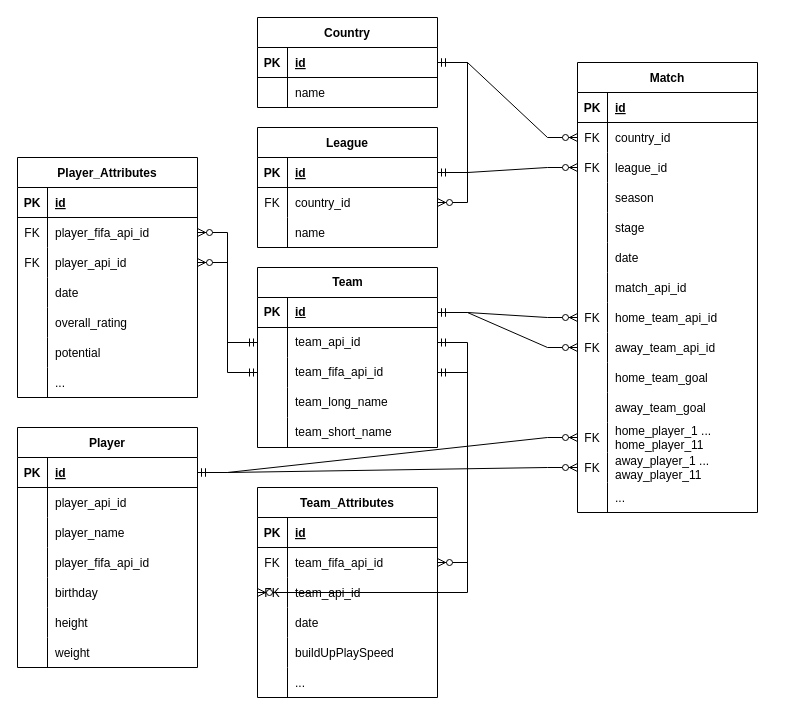
Above: European Soccer.drawio in armeirlaen/LEPl1506 (draw.io), before the change. Source tidied: cells renumbered, new cells numbered last; positions are measured from the earlier drawing's top-left corner, leaving out a move shared by most shapes. Both pictures are drawn from the tidied source at 100%, with x=0, y=0 at pixel (17, 17).
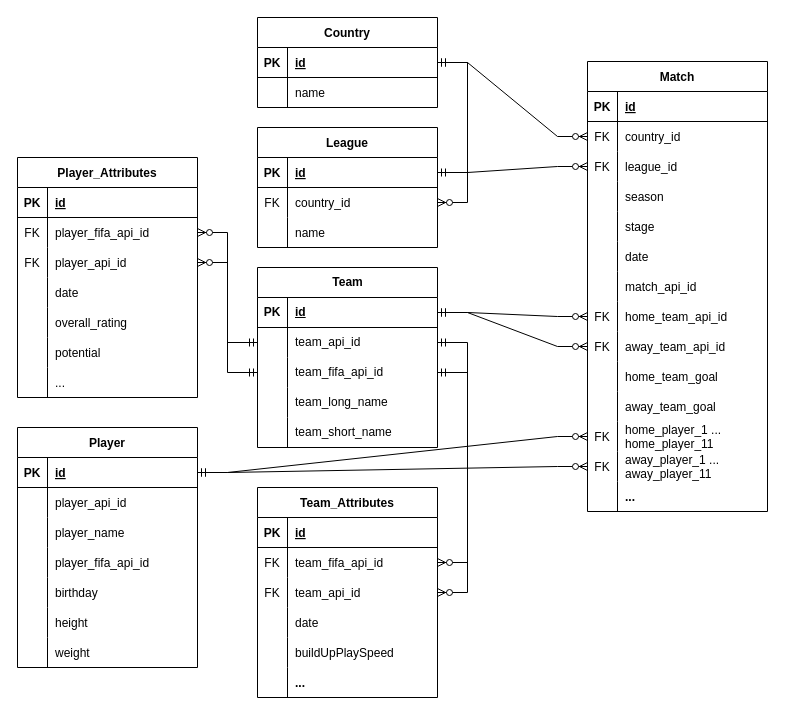
After the change.

The change refers to these unchanged cells:
```xml
<mxCell id="46" style="shape=partialRectangle;fillColor=none;points=[[0,0.5],[1,0.5]];portConstraint=eastwest;top=0;left=0;right=0;bottom=0;" parent="12" vertex="1">
  <mxGeometry y="360" width="180" height="30" as="geometry" />
</mxCell>
<mxCell id="52" style="shape=partialRectangle;fillColor=none;top=0;left=0;right=0;bottom=0;" parent="12" vertex="1">
  <mxGeometry y="420" width="180" height="30" as="geometry" />
</mxCell>
<mxCell id="66" style="shape=tableRow;horizontal=0;startSize=0;swimlaneHead=0;swimlaneBody=0;fillColor=none;points=[[0,0.5],[1,0.5]];portConstraint=eastwest;top=0;left=0;right=0;bottom=0;" parent="62" vertex="1">
  <mxGeometry y="60" width="180" height="30" as="geometry" />
</mxCell>
<mxCell id="69" style="shape=tableRow;horizontal=0;startSize=0;swimlaneHead=0;swimlaneBody=0;fillColor=none;points=[[0,0.5],[1,0.5]];portConstraint=eastwest;top=0;left=0;right=0;bottom=0;" parent="62" vertex="1">
  <mxGeometry y="90" width="180" height="30" as="geometry" />
</mxCell>
<mxCell id="126" style="shape=partialRectangle;fillColor=none;points=[[0,0.5],[1,0.5]];portConstraint=eastwest;top=0;left=0;right=0;bottom=0;" parent="122" vertex="1">
  <mxGeometry y="60" width="180" height="30" as="geometry" />
</mxCell>
<mxCell id="129" style="shape=partialRectangle;fillColor=none;points=[[0,0.5],[1,0.5]];portConstraint=eastwest;top=0;left=0;right=0;bottom=0;" parent="122" vertex="1">
  <mxGeometry y="90" width="180" height="30" as="geometry" />
</mxCell>
<mxCell id="138" style="shape=partialRectangle;fillColor=none;top=0;left=0;right=0;bottom=0;" parent="122" vertex="1">
  <mxGeometry y="180" width="180" height="30" as="geometry" />
</mxCell>
```

What changed in the source:
```diff
@@
     <mxCell id="12" value="Match" style="shape=table;startSize=30;childLayout=tableLayout;rowLines=0;fontStyle=1;align=center;" parent="1" vertex="1">
-      <mxGeometry x="560" y="45" width="180" height="450" as="geometry" />
+      <mxGeometry x="570" y="44" width="180" height="450" as="geometry" />
     </mxCell>
@@
-    <mxCell id="48" value="home_player_1 ... &#10;home_player_11" style="shape=partialRectangle;overflow=hidden;fillColor=none;top=0;left=0;bottom=0;right=0;align=left;spacingLeft=6;" parent="46" vertex="1">
+    <mxCell id="48" value="home_player_1 ...&#10;home_player_11" style="shape=partialRectangle;overflow=hidden;fillColor=none;top=0;left=0;bottom=0;right=0;align=left;spacingLeft=6;fontStyle=0;" parent="46" vertex="1">
       <mxGeometry x="30" width="150" height="30" as="geometry" />
     </mxCell>
@@
-    <mxCell id="54" value="..." style="shape=partialRectangle;overflow=hidden;fillColor=none;top=0;left=0;bottom=0;right=0;align=left;spacingLeft=6;" parent="52" vertex="1">
+    <mxCell id="54" value="..." style="shape=partialRectangle;overflow=hidden;fillColor=none;top=0;left=0;bottom=0;right=0;align=left;spacingLeft=6;fontStyle=1;" parent="52" vertex="1">
       <mxGeometry x="30" width="150" height="30" as="geometry" />
     </mxCell>
@@
-    <mxCell id="140" value="..." style="shape=partialRectangle;overflow=hidden;fillColor=none;top=0;left=0;bottom=0;right=0;align=left;spacingLeft=6;" parent="138" vertex="1">
+    <mxCell id="140" value="..." style="shape=partialRectangle;overflow=hidden;fillColor=none;top=0;left=0;bottom=0;right=0;align=left;spacingLeft=6;fontStyle=1;" parent="138" vertex="1">
       <mxGeometry x="30" width="150" height="30" as="geometry" />
     </mxCell>
@@
-    <mxCell id="148" style="edgeStyle=entityRelationEdgeStyle;fontSize=12;html=1;endArrow=ERzeroToMany;startArrow=ERmandOne;rounded=0;exitX=1;exitY=0.5;exitDx=0;exitDy=0;" parent="1" edge="1" source="66" target="126">
+    <mxCell id="148" style="edgeStyle=entityRelationEdgeStyle;fontSize=12;html=1;endArrow=ERzeroToMany;startArrow=ERmandOne;rounded=0;" parent="1" edge="1" source="69" target="126">
       <mxGeometry relative="1" as="geometry" />
     </mxCell>
-    <mxCell id="149" style="edgeStyle=entityRelationEdgeStyle;fontSize=12;html=1;endArrow=ERzeroToMany;startArrow=ERmandOne;rounded=0;entryX=0;entryY=0.5;entryDx=0;entryDy=0;" parent="1" edge="1" source="69" target="129">
+    <mxCell id="149" style="edgeStyle=entityRelationEdgeStyle;fontSize=12;html=1;endArrow=ERzeroToMany;startArrow=ERmandOne;rounded=0;fillColor=#f8cecc;strokeColor=#000000;" parent="1" edge="1" source="66" target="129">
       <mxGeometry relative="1" as="geometry" />
     </mxCell>
```
